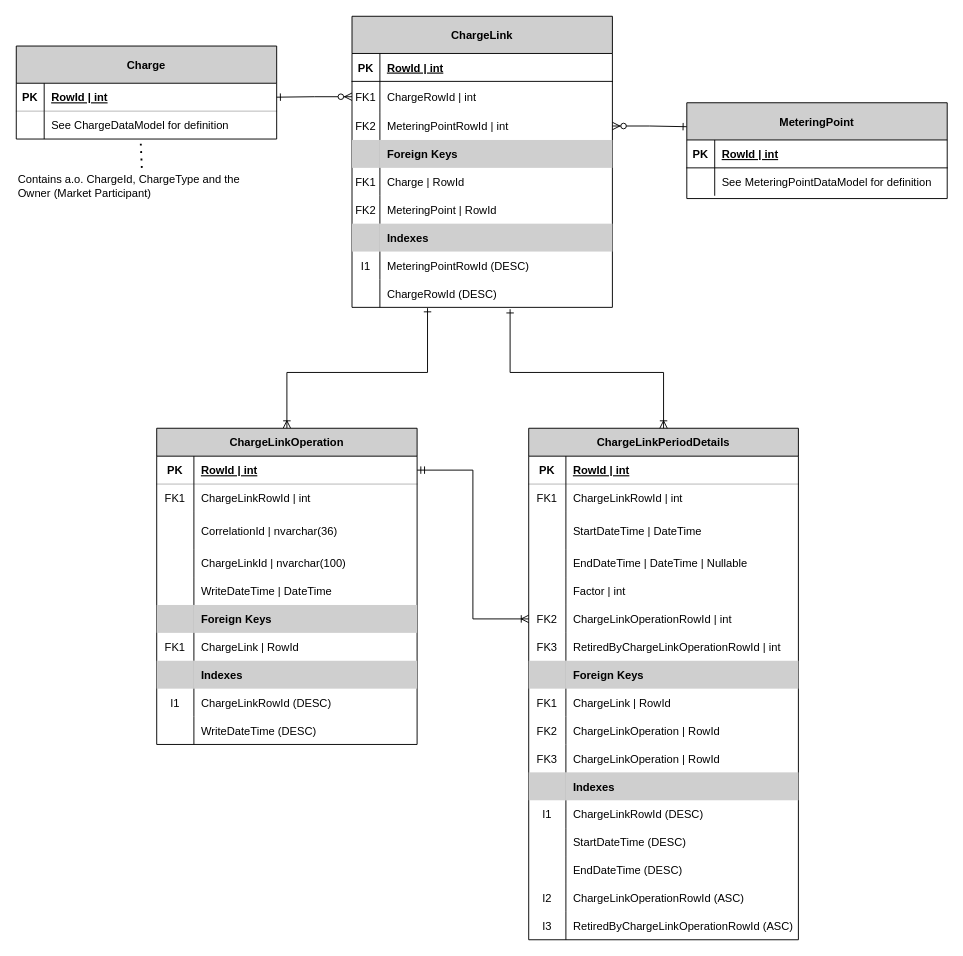
The draw.io diagram docs/data-models/ChargeLinkDataModel.drawio in Energinet-DataHub/ARCHIVED-geh-charges, before the edit. Source tidied: cells renumbered, new cells numbered last; positions are measured from the earlier drawing's top-left corner, leaving out a move shared by most shapes. Both pictures are drawn from the tidied source at 93%, with x=0, y=0 at pixel (16, 16).
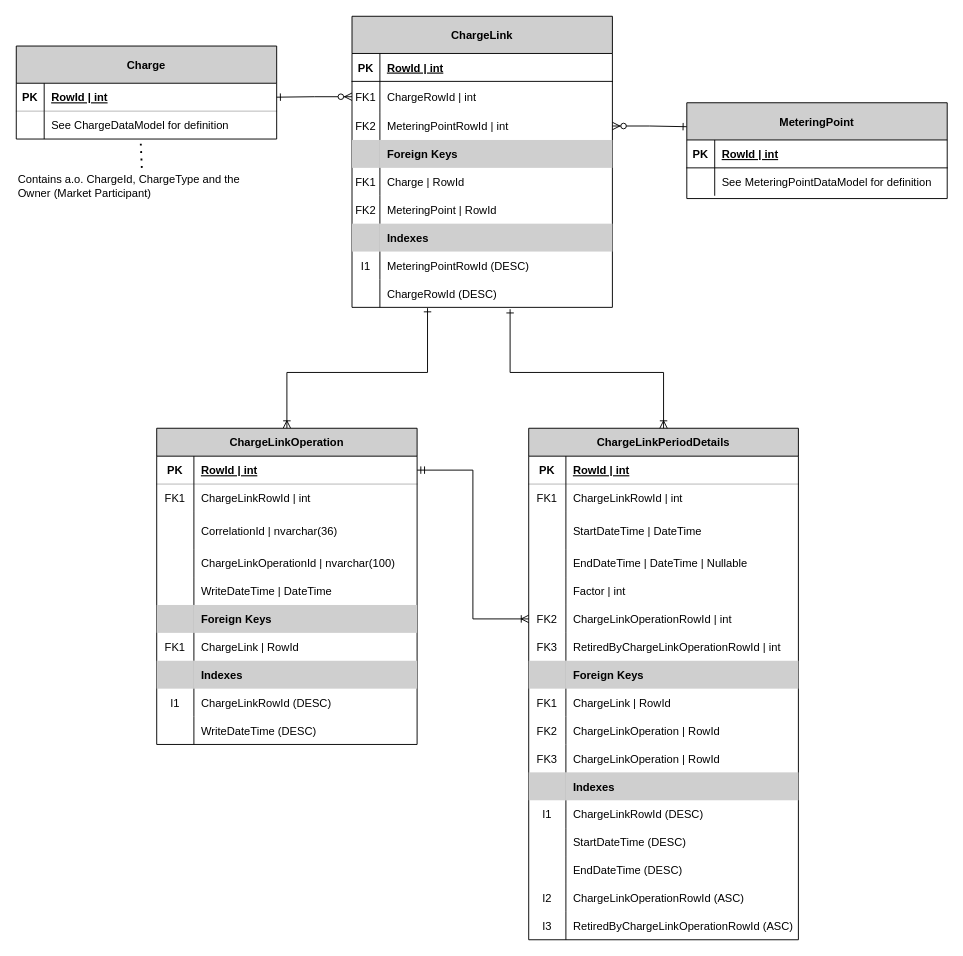
The same diagram, later.

Commit message (it also covers changes not shown here):
Add ChargeLink SQL model

The change refers to these unchanged cells:
```xml
<mxCell id="42" style="shape=partialRectangle;fillColor=none;top=0;left=0;bottom=0;right=0;textOpacity=30;opacity=30;" parent="32" vertex="1">
  <mxGeometry y="130" width="280" height="30" as="geometry" />
</mxCell>
```

Diff of the diagram source:
```diff
@@
-    <mxCell id="44" value="ChargeLinkId | nvarchar(100)" style="shape=partialRectangle;fillColor=none;top=0;left=0;bottom=0;right=0;align=left;spacingLeft=6;overflow=hidden;opacity=30;" parent="42" vertex="1">
+    <mxCell id="44" value="ChargeLinkOperationId | nvarchar(100)" style="shape=partialRectangle;fillColor=none;top=0;left=0;bottom=0;right=0;align=left;spacingLeft=6;overflow=hidden;opacity=30;" parent="42" vertex="1">
       <mxGeometry x="40" width="240" height="30" as="geometry" />
     </mxCell>
```
